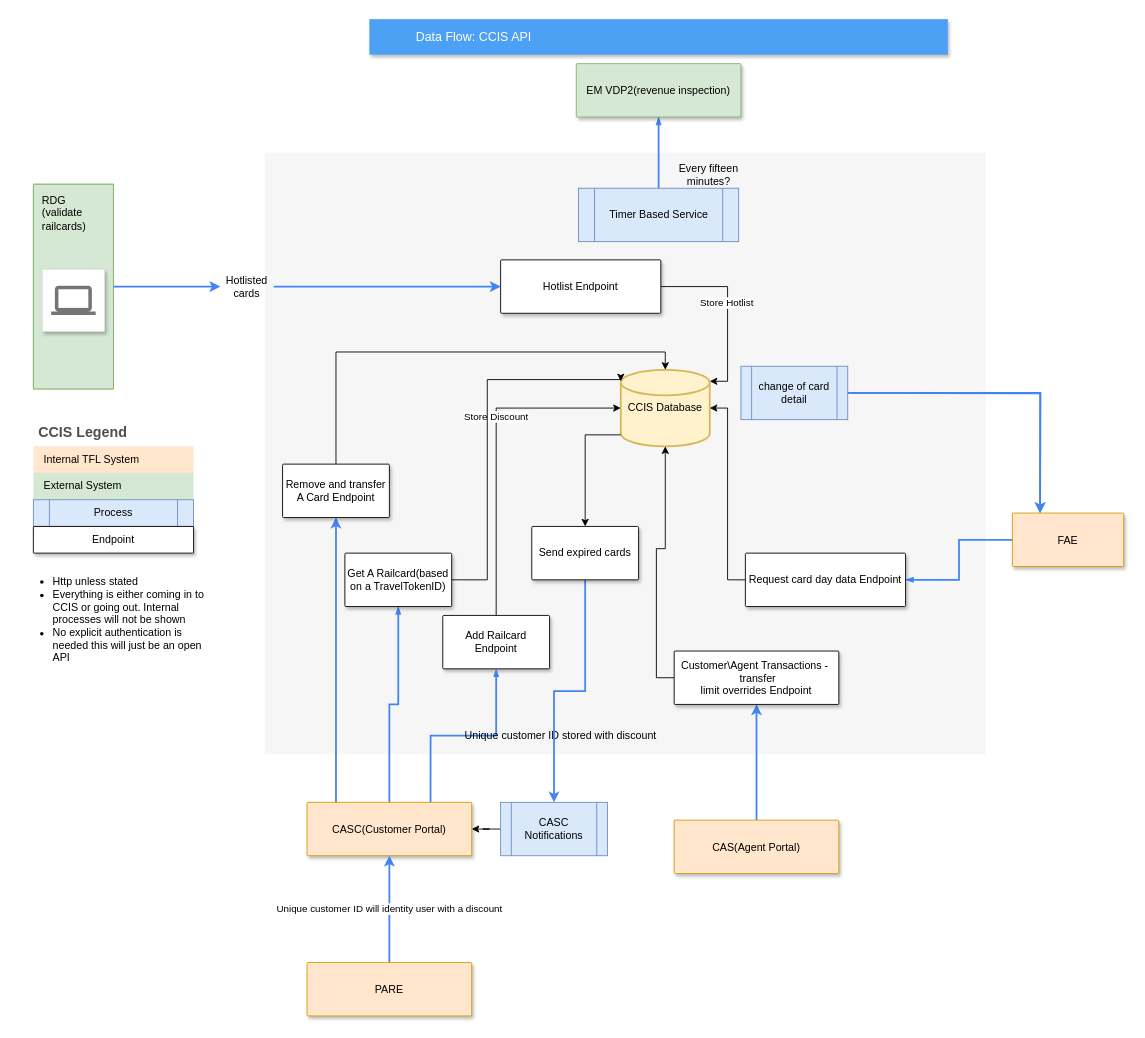
mattwatts36/drawings keeps this draw.io diagram as CCIS-API.drawio. Above is the earlier version. Source tidied: cells renumbered, new cells numbered last; positions are measured from the earlier drawing's top-left corner, leaving out a move shared by most shapes. Both pictures are drawn from the tidied source at 89%, with x=0, y=0 at pixel (15, 19).
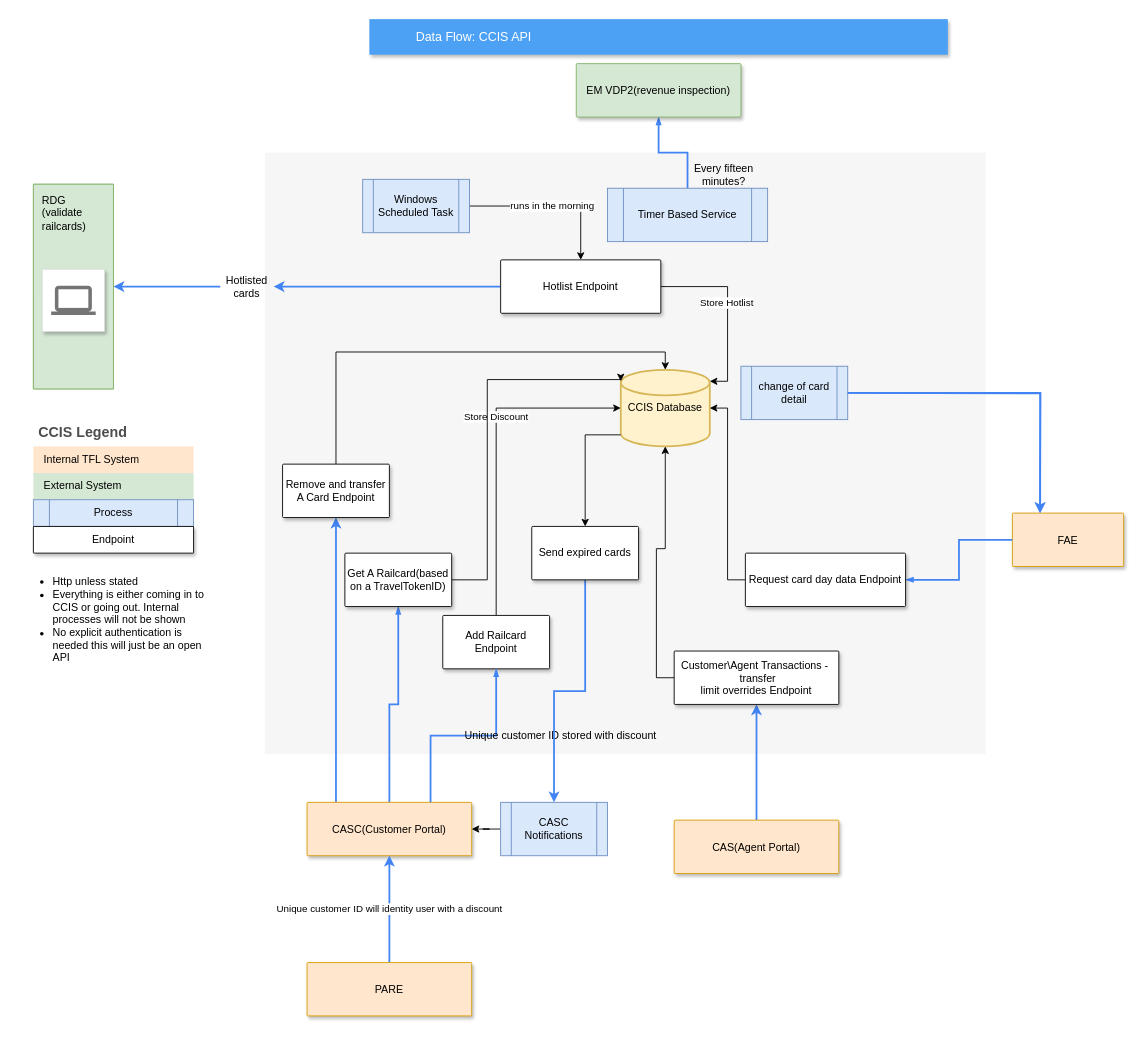
After the change.

Commit message:
reversed the lines for hotlisted cards

Unchanged cells that the change refers to:
```xml
<mxCell id="11" value="RDG&lt;div&gt;(validate&amp;nbsp;&lt;/div&gt;&lt;div&gt;railcards)&lt;/div&gt;" style="rounded=1;absoluteArcSize=1;arcSize=2;html=1;strokeColor=#82b366;shadow=0;dashed=0;fontSize=12;align=left;verticalAlign=top;spacing=10;spacingTop=-4;fillColor=#d5e8d4;" parent="10" vertex="1">
  <mxGeometry width="90" height="230" as="geometry" />
</mxCell>
<mxCell id="24" value="Hotlisted cards" style="text;html=1;align=center;verticalAlign=middle;whiteSpace=wrap;rounded=0;" parent="1" vertex="1">
  <mxGeometry x="230" y="285.5" width="60" height="30" as="geometry" />
</mxCell>
<mxCell id="43" value="Hotlist Endpoint" style="whiteSpace=wrap;html=1;shadow=1;strokeWidth=1;rounded=1;arcSize=2;" parent="1" vertex="1">
  <mxGeometry x="545" y="270.5" width="180" height="60" as="geometry" />
</mxCell>
```

What changed in the source:
```diff
@@
-    <mxCell id="22" style="edgeStyle=orthogonalEdgeStyle;rounded=0;jettySize=auto;html=1;entryX=0;entryY=0.5;entryDx=0;entryDy=0;strokeWidth=2;strokeColor=#4284F3;exitX=1;exitY=0.5;exitDx=0;exitDy=0;" parent="1" edge="1" source="24" target="43">
+    <mxCell id="22" style="edgeStyle=orthogonalEdgeStyle;rounded=0;jettySize=auto;html=1;entryX=1;entryY=0.5;entryDx=0;entryDy=0;strokeWidth=2;strokeColor=#4284F3;exitX=0;exitY=0.5;exitDx=0;exitDy=0;" parent="1" edge="1" source="43" target="24">
       <mxGeometry relative="1" as="geometry" />
     </mxCell>
-    <mxCell id="23" style="edgeStyle=orthogonalEdgeStyle;rounded=0;jettySize=auto;html=1;entryX=0;entryY=0.5;entryDx=0;entryDy=0;strokeWidth=2;strokeColor=#4284F3;exitX=1;exitY=0.5;exitDx=0;exitDy=0;" parent="1" edge="1" source="11" target="24">
+    <mxCell id="23" style="edgeStyle=orthogonalEdgeStyle;rounded=0;jettySize=auto;html=1;entryX=1;entryY=0.5;entryDx=0;entryDy=0;strokeWidth=2;strokeColor=#4284F3;exitX=0;exitY=0.5;exitDx=0;exitDy=0;" parent="1" edge="1" source="24" target="11">
       <mxGeometry relative="1" as="geometry" />
     </mxCell>
@@
     <mxCell id="25" value="Every fifteen minutes?" style="text;html=1;align=center;verticalAlign=middle;whiteSpace=wrap;rounded=0;" parent="1" vertex="1">
-      <mxGeometry x="730" y="160" width="98" height="30" as="geometry" />
+      <mxGeometry x="747" y="160" width="98" height="30" as="geometry" />
     </mxCell>
@@
     <mxCell id="38" value="Timer Based Service" style="shape=process;whiteSpace=wrap;html=1;backgroundOutline=1;fillColor=#dae8fc;strokeColor=#6c8ebf;" parent="1" vertex="1">
-      <mxGeometry x="632.5" y="190" width="180" height="60" as="geometry" />
+      <mxGeometry x="665" y="190" width="180" height="60" as="geometry" />
     </mxCell>
@@
+    <mxCell id="56" value="runs in the morning" style="edgeStyle=orthogonalEdgeStyle;rounded=0;jettySize=auto;html=1;entryX=0.5;entryY=0;entryDx=0;entryDy=0;" parent="1" edge="1" source="57" target="43">
+      <mxGeometry relative="1" as="geometry" />
+    </mxCell>
+    <mxCell id="57" value="Windows Scheduled Task" style="shape=process;whiteSpace=wrap;html=1;backgroundOutline=1;fillColor=#dae8fc;strokeColor=#6c8ebf;" parent="1" vertex="1">
+      <mxGeometry x="390" y="180" width="120" height="60" as="geometry" />
+    </mxCell>
```
